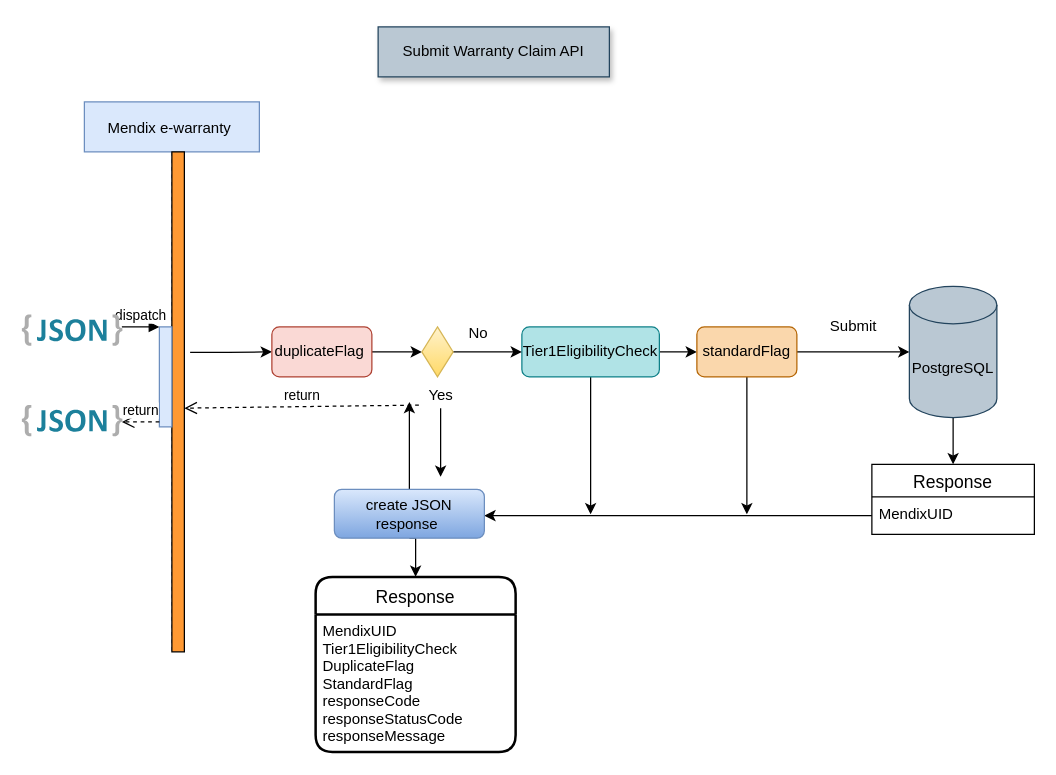
Earlier version of the draw.io diagram Untitled Diagram.drawio (MrMetalAddict/Retail-Mon). Source tidied: cells renumbered, new cells numbered last; positions are measured from the earlier drawing's top-left corner, leaving out a move shared by most shapes. Both pictures are drawn from the tidied source at 125%, with x=0, y=0 at pixel (21, 26).
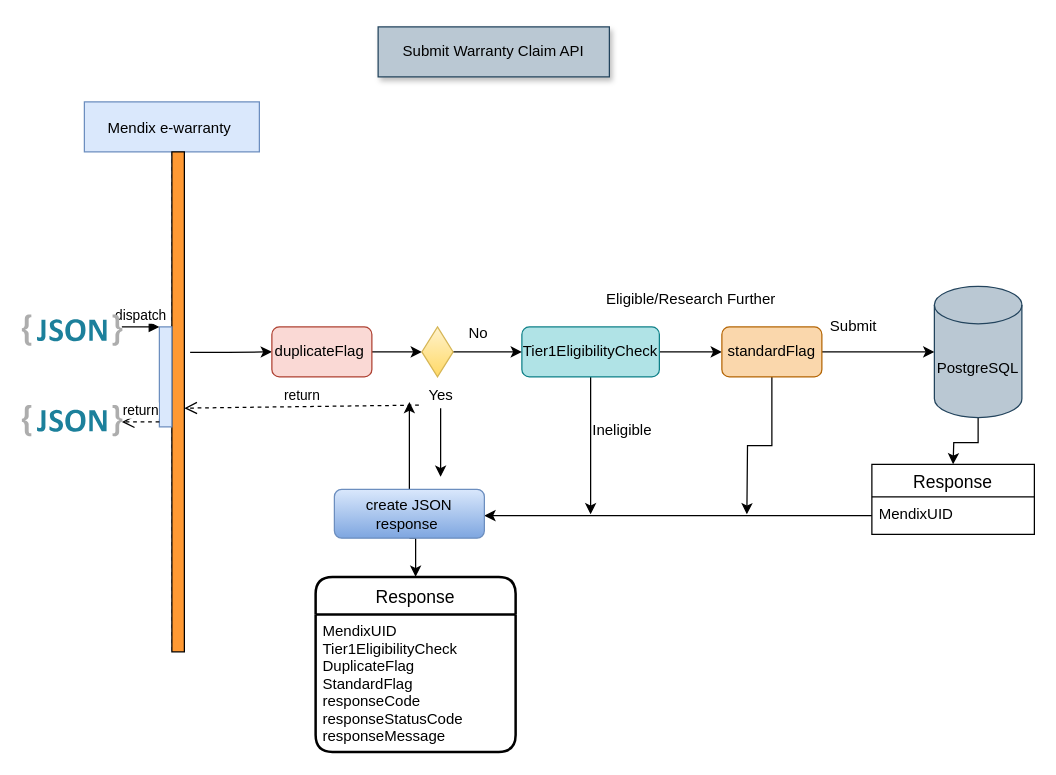
Above is the later version.

The edit, as a diff of the source:
```diff
@@
     <mxCell id="7" value="PostgreSQL" style="shape=cylinder3;whiteSpace=wrap;html=1;boundedLbl=1;backgroundOutline=1;size=15;fillColor=#bac8d3;strokeColor=#23445d;" parent="1" vertex="1">
-      <mxGeometry x="710" y="207.5" width="70" height="105" as="geometry" />
+      <mxGeometry x="730" y="207.5" width="70" height="105" as="geometry" />
     </mxCell>
@@
     <mxCell id="21" value="standardFlag" style="rounded=1;whiteSpace=wrap;html=1;fillColor=#fad7ac;strokeColor=#b46504;" parent="1" vertex="1">
-      <mxGeometry x="540" y="240" width="80" height="40" as="geometry" />
+      <mxGeometry x="560" y="240" width="80" height="40" as="geometry" />
     </mxCell>
@@
+    <mxCell id="37" value="Ineligible" style="text;html=1;align=center;verticalAlign=middle;" parent="1" vertex="1">
+      <mxGeometry x="450" y="312.5" width="60" height="20" as="geometry" />
+    </mxCell>
+    <mxCell id="38" value="Eligible/Research Further" style="text;html=1;align=center;verticalAlign=middle;" parent="1" vertex="1">
+      <mxGeometry x="460" y="207.5" width="150" height="20" as="geometry" />
+    </mxCell>
```
